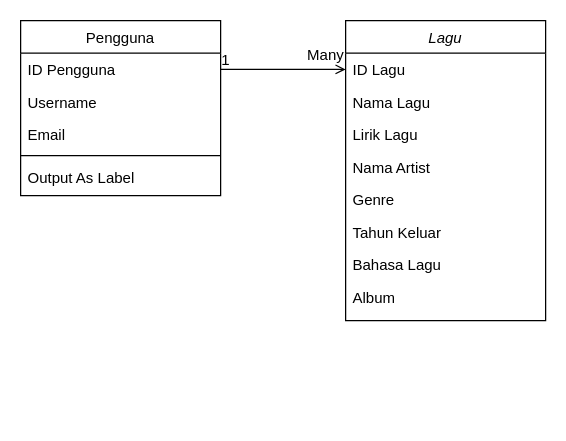
vinnnna/web keeps this draw.io diagram as Untitled Diagram.drawio. Above is the earlier version. Source tidied: cells renumbered, new cells numbered last; positions are measured from the earlier drawing's top-left corner, leaving out a move shared by most shapes. Both pictures are drawn from the tidied source at 125%, with x=0, y=0 at pixel (20, 20).
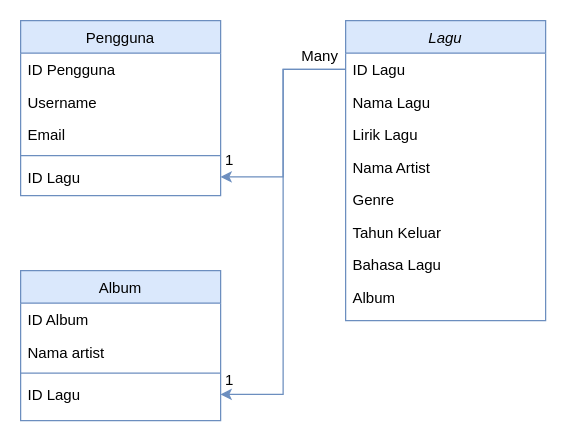
The same page after the edit.

The change refers to these unchanged cells:
```xml
<mxCell id="3" value="ID Lagu" style="text;align=left;verticalAlign=top;spacingLeft=4;spacingRight=4;overflow=hidden;points=[[0,0.5],[1,0.5]];portConstraint=eastwest;" parent="2" vertex="1">
  <mxGeometry y="26" width="160" height="26" as="geometry" />
</mxCell>
<mxCell id="12" value="ID Pengguna" style="text;align=left;verticalAlign=top;spacingLeft=4;spacingRight=4;overflow=hidden;points=[[0,0.5],[1,0.5]];portConstraint=eastwest;" parent="11" vertex="1">
  <mxGeometry y="26" width="160" height="26" as="geometry" />
</mxCell>
```

What changed in the source:
```diff
@@
-    <mxCell id="2" value="Lagu" style="swimlane;fontStyle=2;align=center;verticalAlign=top;horizontal=1;startSize=26;rounded=0;shadow=0;strokeWidth=1;" parent="1" vertex="1">
+    <mxCell id="2" value="Lagu" style="swimlane;fontStyle=2;align=center;verticalAlign=top;horizontal=1;startSize=26;rounded=0;shadow=0;strokeWidth=1;fillColor=#dae8fc;strokeColor=#6c8ebf;" parent="1" vertex="1">
       <mxGeometry x="260" width="160" height="240" as="geometry" />
     </mxCell>
@@
-    <mxCell id="11" value="Pengguna" style="swimlane;fontStyle=0;align=center;verticalAlign=top;horizontal=1;startSize=26;rounded=0;shadow=0;strokeWidth=1;" parent="1" vertex="1">
+    <mxCell id="11" value="Pengguna" style="swimlane;fontStyle=0;align=center;verticalAlign=top;horizontal=1;startSize=26;rounded=0;shadow=0;strokeWidth=1;fillColor=#dae8fc;strokeColor=#6c8ebf;" parent="1" vertex="1">
       <mxGeometry width="160" height="140" as="geometry" />
     </mxCell>
@@
-    <mxCell id="15" style="line;html=1;strokeWidth=1;align=left;verticalAlign=middle;spacingTop=-1;spacingLeft=3;spacingRight=3;labelPosition=right;" parent="11" vertex="1">
+    <mxCell id="15" style="line;html=1;strokeWidth=1;align=left;verticalAlign=middle;spacingTop=-1;spacingLeft=3;spacingRight=3;labelPosition=right;fillColor=#dae8fc;strokeColor=#6c8ebf;" parent="11" vertex="1">
       <mxGeometry y="104" width="160" height="8" as="geometry" />
     </mxCell>
-    <mxCell id="16" value="Output As Label" style="text;align=left;verticalAlign=top;spacingLeft=4;spacingRight=4;overflow=hidden;points=[[0,0.5],[1,0.5]];portConstraint=eastwest;" parent="11" vertex="1">
+    <mxCell id="16" value="ID Lagu" style="text;align=left;verticalAlign=top;spacingLeft=4;spacingRight=4;overflow=hidden;points=[[0,0.5],[1,0.5]];portConstraint=eastwest;" parent="11" vertex="1">
       <mxGeometry y="112" width="160" height="26" as="geometry" />
     </mxCell>
-    <mxCell id="17" style="endArrow=open;shadow=0;strokeWidth=1;rounded=0;endFill=1;edgeStyle=elbowEdgeStyle;elbow=vertical;exitX=1;exitY=0.5;exitDx=0;exitDy=0;entryX=0;entryY=0.5;entryDx=0;entryDy=0;" parent="1" edge="1" source="12" target="3">
-      <mxGeometry x="0.5" y="41" relative="1" as="geometry">
-        <Array as="points">
-          <mxPoint x="210" y="39" />
-          <mxPoint x="200" y="40" />
-        </Array>
-        <mxPoint x="-40" y="32" as="offset" />
-      </mxGeometry>
-    </mxCell>
-    <mxCell id="18" value="1" style="align=left;verticalAlign=bottom;labelBackgroundColor=none;fontSize=12;" parent="17" vertex="1">
-      <mxGeometry x="-1" relative="1" as="geometry">
-        <mxPoint x="-1" y="1" as="offset" />
-      </mxGeometry>
-    </mxCell>
+    <mxCell id="20" value="Album" style="swimlane;fontStyle=0;align=center;verticalAlign=top;horizontal=1;startSize=26;rounded=0;shadow=0;strokeWidth=1;fillColor=#dae8fc;strokeColor=#6c8ebf;" parent="1" vertex="1">
+      <mxGeometry y="200" width="160" height="120" as="geometry" />
+    </mxCell>
+    <mxCell id="21" value="ID Album" style="text;align=left;verticalAlign=top;spacingLeft=4;spacingRight=4;overflow=hidden;" parent="20" vertex="1">
+      <mxGeometry y="26" width="160" height="26" as="geometry" />
+    </mxCell>
+    <mxCell id="22" value="Nama artist" style="text;align=left;verticalAlign=top;spacingLeft=4;spacingRight=4;overflow=hidden;rounded=0;shadow=0;html=0;" parent="20" vertex="1">
+      <mxGeometry y="52" width="160" height="26" as="geometry" />
+    </mxCell>
+    <mxCell id="23" style="line;html=1;strokeWidth=1;align=left;verticalAlign=middle;spacingTop=-1;spacingLeft=3;spacingRight=3;labelPosition=right;fillColor=#dae8fc;strokeColor=#6c8ebf;" parent="20" vertex="1">
+      <mxGeometry y="78" width="160" height="8" as="geometry" />
+    </mxCell>
+    <mxCell id="24" value="ID Lagu" style="text;align=left;verticalAlign=top;spacingLeft=4;spacingRight=4;overflow=hidden;points=[[0,0.5],[1,0.5]];portConstraint=eastwest;" parent="20" vertex="1">
+      <mxGeometry y="86" width="160" height="26" as="geometry" />
+    </mxCell>
+    <mxCell id="25" value="1" style="align=left;verticalAlign=bottom;labelBackgroundColor=none;fontSize=12;" parent="1" vertex="1">
+      <mxGeometry x="162" y="296" as="geometry" />
+    </mxCell>
+    <mxCell id="26" style="edgeStyle=orthogonalEdgeStyle;rounded=0;jettySize=auto;html=1;exitX=0;exitY=0.5;exitDx=0;exitDy=0;entryX=1;entryY=0.5;entryDx=0;entryDy=0;fillColor=#dae8fc;strokeColor=#6c8ebf;" parent="1" edge="1" source="3" target="16">
+      <mxGeometry relative="1" as="geometry" />
+    </mxCell>
+    <mxCell id="27" style="edgeStyle=orthogonalEdgeStyle;rounded=0;jettySize=auto;html=1;exitX=0;exitY=0.5;exitDx=0;exitDy=0;entryX=1;entryY=0.5;entryDx=0;entryDy=0;fillColor=#dae8fc;strokeColor=#6c8ebf;" parent="1" edge="1" source="3" target="24">
+      <mxGeometry relative="1" as="geometry" />
+    </mxCell>
+    <mxCell id="28" value="1" style="align=left;verticalAlign=bottom;labelBackgroundColor=none;fontSize=12;" parent="1" vertex="1">
+      <mxGeometry x="162" y="120" as="geometry" />
+    </mxCell>
-    <mxCell id="19" value="Many" style="align=right;verticalAlign=bottom;labelBackgroundColor=none;fontSize=12;" parent="17" vertex="1">
-      <mxGeometry x="1" relative="1" as="geometry">
-        <mxPoint y="-3" as="offset" />
-      </mxGeometry>
+    <mxCell id="19" value="Many" style="align=left;verticalAlign=bottom;labelBackgroundColor=none;fontSize=12;" parent="1" vertex="1">
+      <mxGeometry x="223" y="37" as="geometry" />
     </mxCell>
```
